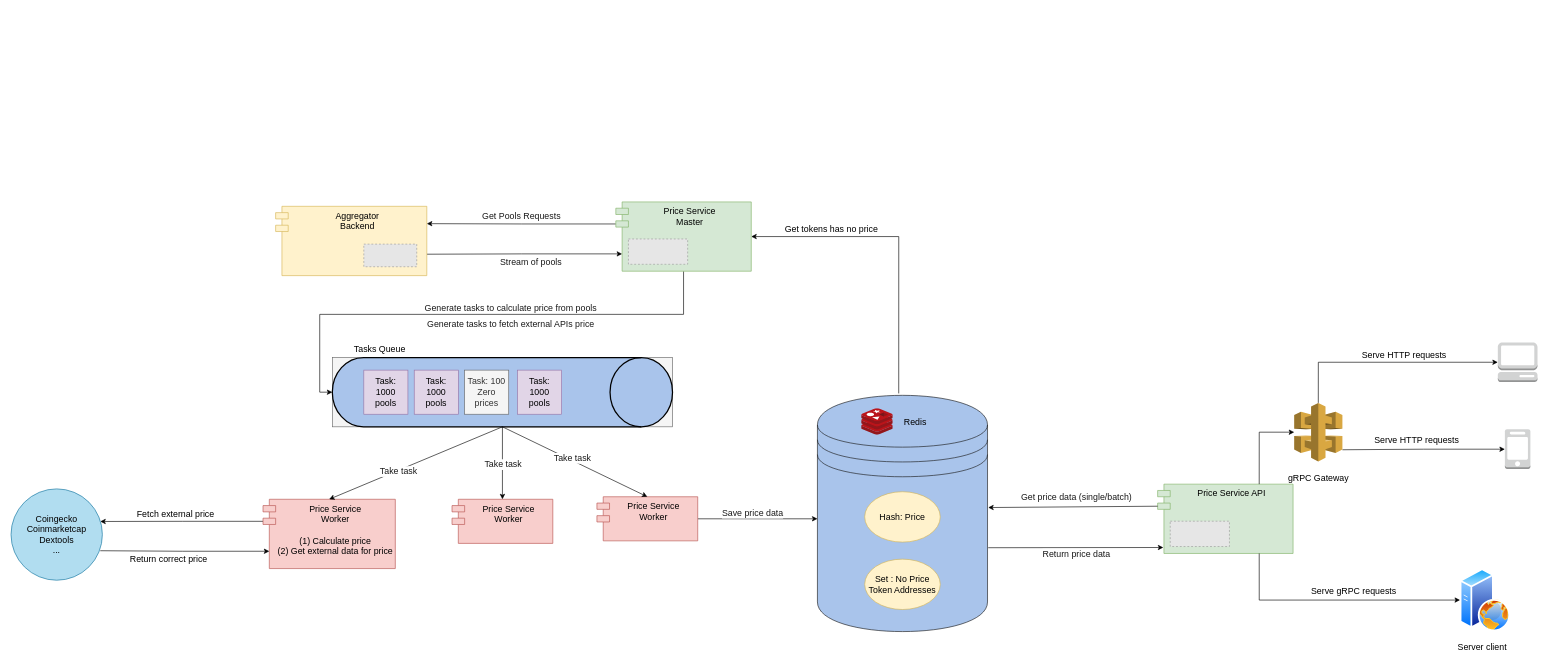
Before: Price Service Diagram.drawio in piavgh/draw.io-data, a draw.io diagram. Source tidied: cells renumbered, new cells numbered last; positions are measured from the earlier drawing's top-left corner, leaving out a move shared by most shapes. Both pictures are drawn from the tidied source at 63%, with x=0, y=0 at pixel (11, 202). Pictures stored in the file or linked from it are replaced by grey dashed boxes.
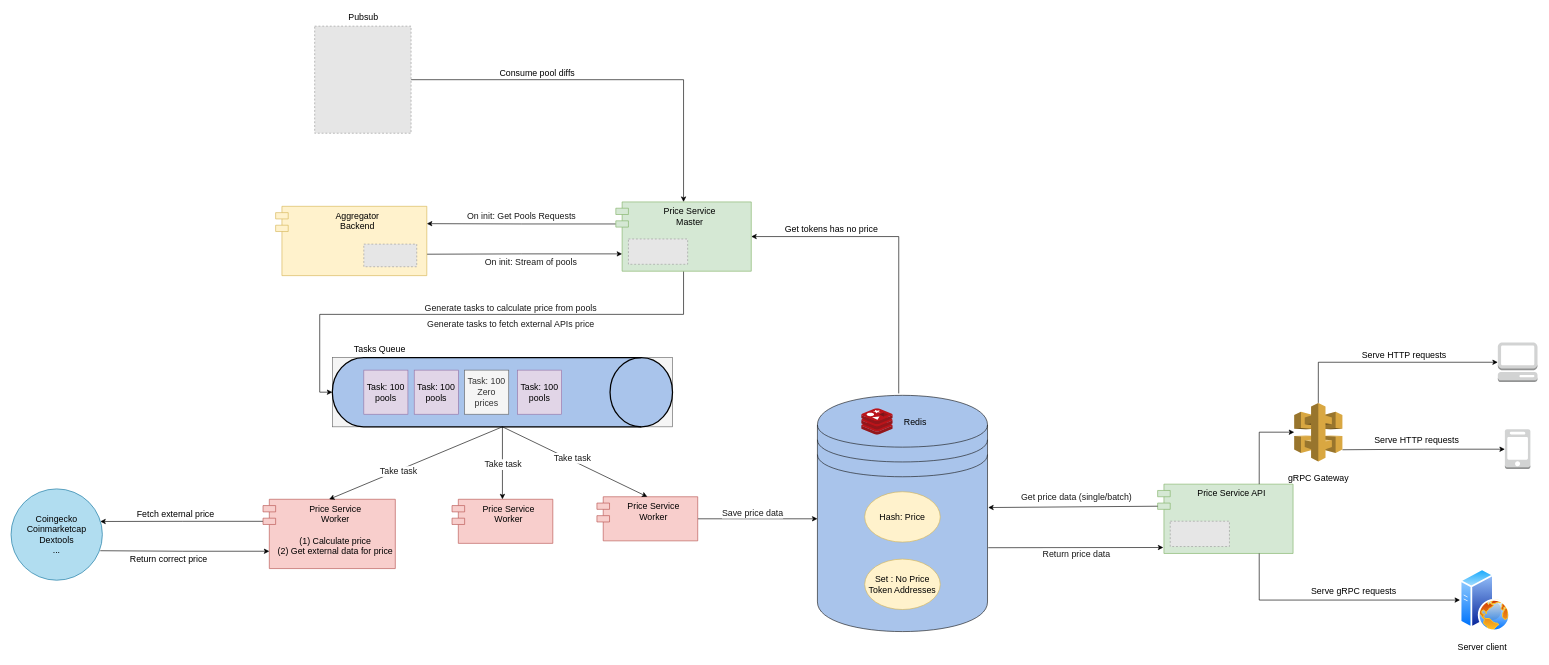
Above is the later version.

The change refers to these unchanged cells:
```xml
<mxCell id="2" style="edgeStyle=orthogonalEdgeStyle;rounded=0;jettySize=auto;html=1;exitX=0;exitY=0;exitDx=0;exitDy=35;exitPerimeter=0;entryX=1;entryY=0.25;entryDx=0;entryDy=0;fontSize=14;fontColor=#A9C4EB;fontStyle=0;" parent="1" edge="1" source="32" target="23">
  <mxGeometry relative="1" as="geometry" />
</mxCell>
<mxCell id="16" style="group;fontStyle=0;fillColor=#f5f5f5;fontColor=#333333;strokeColor=#666666;fontSize=14;" parent="1" vertex="1">
  <mxGeometry x="510" y="247" width="540" height="110" as="geometry" />
</mxCell>
<mxCell id="32" value="Price Service&#10;Master" style="shape=module;align=left;spacingLeft=20;align=center;verticalAlign=top;fontSize=14;fontStyle=0;fillColor=#d5e8d4;strokeColor=#82b366;" parent="31" vertex="1">
  <mxGeometry width="215" height="110" as="geometry" />
</mxCell>
```

Change to the diagram source:
```diff
@@
-    <mxCell id="3" value="&lt;font color=&quot;#1a1a1a&quot; style=&quot;font-size: 14px;&quot;&gt;Get Pools Requests&lt;/font&gt;" style="edgeLabel;html=1;align=center;verticalAlign=middle;fontSize=14;fontColor=#A9C4EB;fontStyle=0;" parent="2" vertex="1">
+    <mxCell id="3" value="&lt;font color=&quot;#1a1a1a&quot; style=&quot;font-size: 14px;&quot;&gt;On init: Get Pools Requests&lt;/font&gt;" style="edgeLabel;html=1;align=center;verticalAlign=middle;fontSize=14;fontColor=#A9C4EB;fontStyle=0;" parent="2" vertex="1">
       <mxGeometry x="0.4" y="2" relative="1" as="geometry">
         <mxPoint x="59" y="-15" as="offset" />
       </mxGeometry>
     </mxCell>
@@
-    <mxCell id="15" value="&lt;font color=&quot;#1a1a1a&quot; style=&quot;font-size: 14px;&quot;&gt;Stream of pools&lt;/font&gt;" style="edgeLabel;html=1;align=center;verticalAlign=middle;fontSize=14;fontColor=#A9C4EB;fontStyle=0;" parent="1" vertex="1">
+    <mxCell id="15" value="&lt;font color=&quot;#1a1a1a&quot; style=&quot;font-size: 14px;&quot;&gt;On init: Stream of pools&lt;/font&gt;" style="edgeLabel;html=1;align=center;verticalAlign=middle;fontSize=14;fontColor=#A9C4EB;fontStyle=0;" parent="1" vertex="1">
       <mxGeometry x="824" y="94" as="geometry" />
     </mxCell>
@@
-    <mxCell id="18" value="&lt;font style=&quot;font-size: 14px;&quot;&gt;Task: 1000 pools&lt;/font&gt;" style="whiteSpace=wrap;html=1;fontSize=14;fillColor=#e1d5e7;spacingLeft=2;spacingBottom=2;spacingRight=2;spacingTop=2;strokeColor=#9673a6;fontStyle=0;" parent="16" vertex="1">
+    <mxCell id="18" value="&lt;font style=&quot;font-size: 14px;&quot;&gt;Task: 100 pools&lt;/font&gt;" style="whiteSpace=wrap;html=1;fontSize=14;fillColor=#e1d5e7;spacingLeft=2;spacingBottom=2;spacingRight=2;spacingTop=2;strokeColor=#9673a6;fontStyle=0;" parent="16" vertex="1">
       <mxGeometry x="50" y="20" width="70" height="70" as="geometry" />
     </mxCell>
-    <mxCell id="19" value="&lt;font style=&quot;font-size: 14px;&quot;&gt;Task: 1000 pools&lt;/font&gt;" style="whiteSpace=wrap;html=1;fontSize=14;fillColor=#e1d5e7;spacingLeft=2;spacingBottom=2;spacingRight=2;spacingTop=2;strokeColor=#9673a6;fontStyle=0;" parent="16" vertex="1">
+    <mxCell id="19" value="&lt;font style=&quot;font-size: 14px;&quot;&gt;Task: 100 pools&lt;/font&gt;" style="whiteSpace=wrap;html=1;fontSize=14;fillColor=#e1d5e7;spacingLeft=2;spacingBottom=2;spacingRight=2;spacingTop=2;strokeColor=#9673a6;fontStyle=0;" parent="16" vertex="1">
       <mxGeometry x="130" y="20" width="70" height="70" as="geometry" />
     </mxCell>
@@
-    <mxCell id="21" value="&lt;font style=&quot;font-size: 14px;&quot;&gt;Task: 1000 pools&lt;/font&gt;" style="whiteSpace=wrap;html=1;fontSize=14;fillColor=#e1d5e7;spacingLeft=2;spacingBottom=2;spacingRight=2;spacingTop=2;strokeColor=#9673a6;fontStyle=0;" parent="16" vertex="1">
+    <mxCell id="21" value="&lt;font style=&quot;font-size: 14px;&quot;&gt;Task: 100 pools&lt;/font&gt;" style="whiteSpace=wrap;html=1;fontSize=14;fillColor=#e1d5e7;spacingLeft=2;spacingBottom=2;spacingRight=2;spacingTop=2;strokeColor=#9673a6;fontStyle=0;" parent="16" vertex="1">
       <mxGeometry x="294" y="20" width="70" height="70" as="geometry" />
     </mxCell>
@@
-    <mxCell id="59" style="group;" parent="1" vertex="1">
+    <mxCell id="59" style="group;fontSize=14;" parent="1" vertex="1">
       <mxGeometry x="1280" y="307" width="270" height="375" as="geometry" />
     </mxCell>
@@
-    <mxCell id="65" style="group;" parent="1" vertex="1">
+    <mxCell id="65" style="group;fontSize=14;" parent="1" vertex="1">
       <mxGeometry x="2290" y="582" width="90" height="135" as="geometry" />
     </mxCell>
@@
+    <mxCell id="68" style="edgeStyle=orthogonalEdgeStyle;rounded=0;jettySize=auto;html=1;entryX=0.5;entryY=0;entryDx=0;entryDy=0;fontSize=14;startArrow=none;startFill=0;endArrow=classic;endFill=1;" parent="1" edge="1" source="71" target="32">
+      <mxGeometry relative="1" as="geometry" />
+    </mxCell>
+    <mxCell id="69" value="Consume pool diffs" style="edgeLabel;html=1;align=center;verticalAlign=middle;fontSize=14;" parent="68" vertex="1">
+      <mxGeometry x="-0.59" y="5" relative="1" as="geometry">
+        <mxPoint x="71" y="-7" as="offset" />
+      </mxGeometry>
+    </mxCell>
+    <mxCell id="70" style="group;" parent="1" vertex="1">
+      <mxGeometry x="482" y="-303" width="153" height="194" as="geometry" />
+    </mxCell>
+    <mxCell id="71" style="fillColor=#E6E6E6;strokeColor=#999999;dashed=1;verticalLabelPosition=bottom;labelBackgroundColor=#ffffff;verticalAlign=top;fontSize=14;" parent="70" vertex="1">
+      <mxGeometry y="24" width="153" height="170" as="geometry" />
+    </mxCell>
+    <mxCell id="72" value="Pubsub" style="text;html=1;align=center;verticalAlign=middle;strokeColor=none;fillColor=none;fontSize=14;" parent="70" vertex="1">
+      <mxGeometry x="46.5" width="60" height="20" as="geometry" />
+    </mxCell>
```
